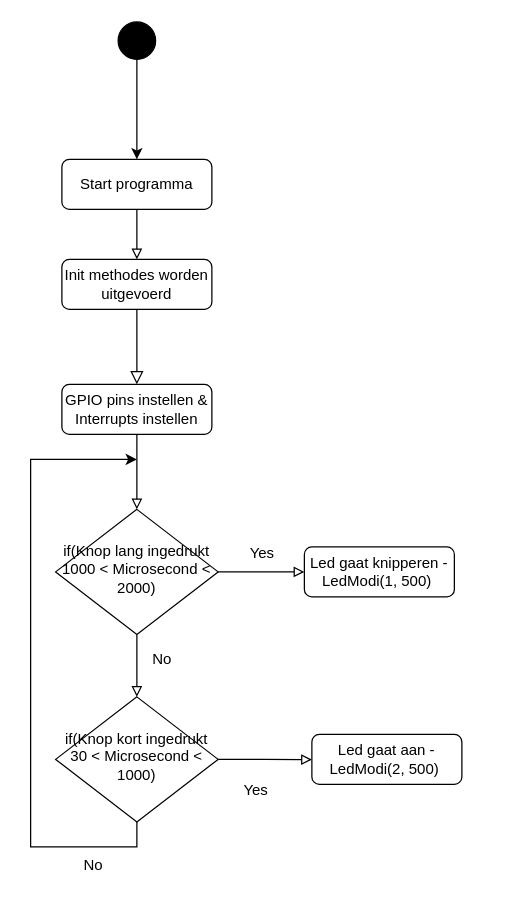
Earlier version of the draw.io diagram Embedded systems/GPIO Challenge/Flowchart gpio program.drawio (TiemonS/Tiemon-Steeghs-Semester-3-Repository). Source tidied: cells renumbered, new cells numbered last; positions are measured from the earlier drawing's top-left corner, leaving out a move shared by most shapes. Both pictures are drawn from the tidied source at 125%, with x=0, y=0 at pixel (30, 21).
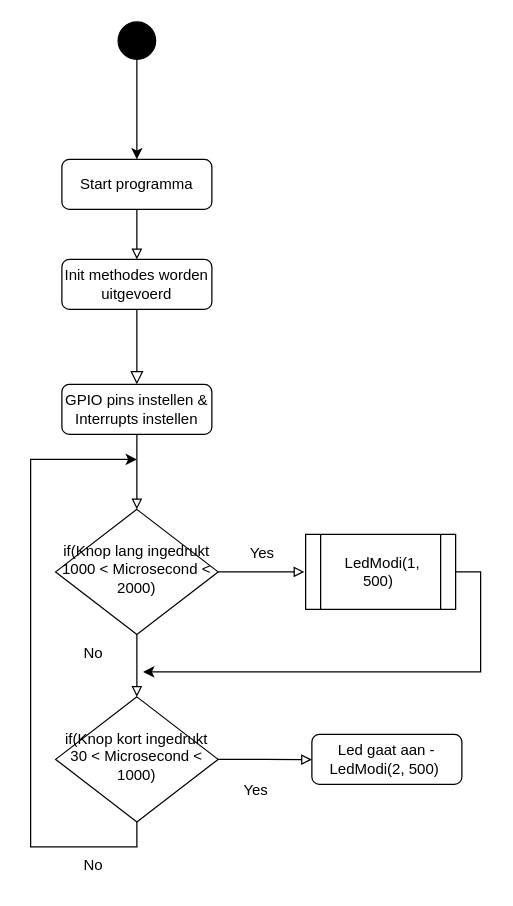
The same diagram, later.

Unchanged cells that the change refers to:
```xml
<mxCell id="11" value="if(Knop lang ingedrukt 1000 &amp;lt; Microsecond &amp;lt; 2000)" style="rhombus;whiteSpace=wrap;html=1;shadow=0;fontFamily=Helvetica;fontSize=12;align=center;strokeWidth=1;spacing=6;spacingTop=-4;" parent="1" vertex="1">
  <mxGeometry x="20" y="390" width="130" height="100" as="geometry" />
</mxCell>
```

Diff of the diagram source:
```diff
@@
-    <mxCell id="10" style="edgeStyle=orthogonalEdgeStyle;rounded=0;jettySize=auto;html=1;exitX=1;exitY=0.5;exitDx=0;exitDy=0;entryX=0;entryY=0.5;entryDx=0;entryDy=0;fontFamily=Helvetica;endArrow=block;endFill=0;" parent="1" edge="1" source="11" target="13">
-      <mxGeometry relative="1" as="geometry" />
+    <mxCell id="10" style="edgeStyle=orthogonalEdgeStyle;rounded=0;jettySize=auto;html=1;exitX=1;exitY=0.5;exitDx=0;exitDy=0;entryX=0;entryY=0.5;entryDx=0;entryDy=0;fontFamily=Helvetica;endArrow=block;endFill=0;" parent="1" edge="1" source="11">
+      <mxGeometry relative="1" as="geometry">
+        <mxPoint x="219" y="440" as="targetPoint" />
+      </mxGeometry>
     </mxCell>
@@
     <mxCell id="12" value="No" style="text;html=1;align=center;verticalAlign=middle;strokeColor=none;fillColor=none;fontFamily=Helvetica;" parent="1" vertex="1">
-      <mxGeometry x="85" y="495" width="40" height="30" as="geometry" />
+      <mxGeometry x="30" y="490" width="40" height="30" as="geometry" />
     </mxCell>
-    <mxCell id="13" value="Led gaat knipperen - LedModi(1, 500)&amp;nbsp;" style="rounded=1;whiteSpace=wrap;html=1;fontSize=12;glass=0;strokeWidth=1;shadow=0;" parent="1" vertex="1">
-      <mxGeometry x="219" y="420" width="120" height="40" as="geometry" />
-    </mxCell>
@@
+    <mxCell id="22" style="edgeStyle=orthogonalEdgeStyle;rounded=0;jettySize=auto;html=1;exitX=1;exitY=0.5;exitDx=0;exitDy=0;" parent="1" edge="1" source="23">
+      <mxGeometry relative="1" as="geometry">
+        <mxPoint x="90" y="520" as="targetPoint" />
+        <Array as="points">
+          <mxPoint x="360" y="440" />
+          <mxPoint x="360" y="520" />
+        </Array>
+      </mxGeometry>
+    </mxCell>
+    <mxCell id="23" value="&amp;nbsp;LedModi(1, 500)&amp;nbsp;" style="shape=process;whiteSpace=wrap;html=1;backgroundOutline=1;" parent="1" vertex="1">
+      <mxGeometry x="220" y="410" width="120" height="60" as="geometry" />
+    </mxCell>
```
